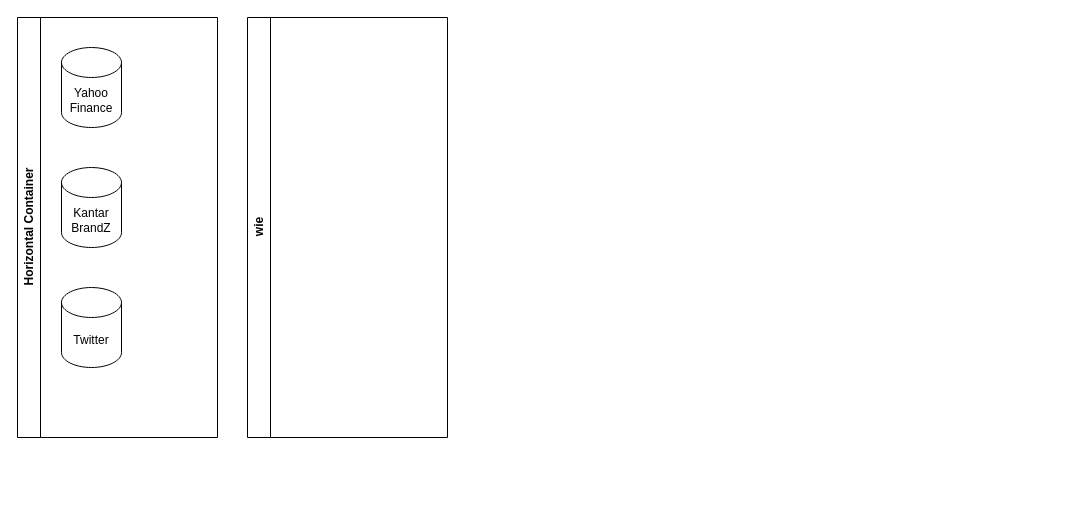
johannaschulz/EconometricAnalysis-BrandCrisisModeration-DAX30 keeps this draw.io diagram as Untitled Diagram.drawio. Above is the earlier version. Source tidied: cells renumbered, new cells numbered last; positions are measured from the earlier drawing's top-left corner, leaving out a move shared by most shapes. Both pictures are drawn from the tidied source at 100%, with x=0, y=0 at pixel (17, 17). Pictures stored in the file or linked from it are replaced by grey dashed boxes.
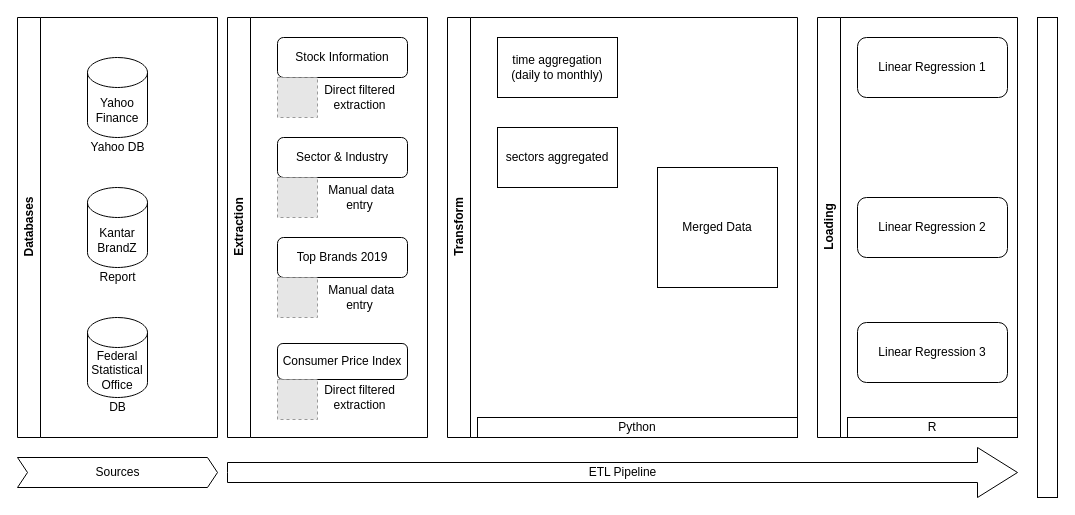
The same diagram, later.

The edit, as a diff of the source:
```diff
@@
-    <mxCell id="2" value="Horizontal Container" style="swimlane;horizontal=0;whiteSpace=wrap;html=1;" parent="1" vertex="1">
+    <mxCell id="2" value="Databases" style="swimlane;horizontal=0;whiteSpace=wrap;html=1;" parent="1" vertex="1">
       <mxGeometry width="200" height="420" as="geometry" />
     </mxCell>
     <mxCell id="3" value="Yahoo Finance" style="shape=cylinder3;whiteSpace=wrap;html=1;boundedLbl=1;backgroundOutline=1;size=15;" parent="2" vertex="1">
-      <mxGeometry x="44" y="30" width="60" height="80" as="geometry" />
+      <mxGeometry x="70" y="40" width="60" height="80" as="geometry" />
     </mxCell>
     <mxCell id="4" value="Kantar BrandZ" style="shape=cylinder3;whiteSpace=wrap;html=1;boundedLbl=1;backgroundOutline=1;size=15;" parent="2" vertex="1">
-      <mxGeometry x="44" y="150" width="60" height="80" as="geometry" />
+      <mxGeometry x="70" y="170" width="60" height="80" as="geometry" />
     </mxCell>
-    <mxCell id="5" value="Twitter" style="shape=cylinder3;whiteSpace=wrap;html=1;boundedLbl=1;backgroundOutline=1;size=15;" parent="2" vertex="1">
-      <mxGeometry x="44" y="270" width="60" height="80" as="geometry" />
-    </mxCell>
+    <mxCell id="7" value="Federal Statistical Office" style="shape=cylinder3;whiteSpace=wrap;html=1;boundedLbl=1;backgroundOutline=1;size=15;" parent="2" vertex="1">
+      <mxGeometry x="70" y="300" width="60" height="80" as="geometry" />
+    </mxCell>
+    <mxCell id="8" value="Report" style="text;html=1;strokeColor=none;fillColor=none;align=center;verticalAlign=middle;whiteSpace=wrap;rounded=0;" parent="2" vertex="1">
+      <mxGeometry x="52.5" y="250" width="95" height="20" as="geometry" />
+    </mxCell>
+    <mxCell id="9" value="Yahoo DB" style="text;html=1;strokeColor=none;fillColor=none;align=center;verticalAlign=middle;whiteSpace=wrap;rounded=0;" parent="2" vertex="1">
+      <mxGeometry x="52.5" y="120" width="95" height="20" as="geometry" />
+    </mxCell>
+    <mxCell id="10" value="DB" style="text;html=1;strokeColor=none;fillColor=none;align=center;verticalAlign=middle;whiteSpace=wrap;rounded=0;" parent="2" vertex="1">
+      <mxGeometry x="52.5" y="380" width="95" height="20" as="geometry" />
+    </mxCell>
-    <mxCell id="6" value="wie" style="swimlane;horizontal=0;whiteSpace=wrap;html=1;" parent="1" vertex="1">
-      <mxGeometry x="230" width="200" height="420" as="geometry" />
+    <mxCell id="6" value="Extraction" style="swimlane;horizontal=0;whiteSpace=wrap;html=1;" parent="1" vertex="1">
+      <mxGeometry x="210" width="200" height="420" as="geometry" />
     </mxCell>
+    <mxCell id="11" value="Stock Information" style="rounded=1;whiteSpace=wrap;html=1;" parent="6" vertex="1">
+      <mxGeometry x="50" y="20" width="130" height="40" as="geometry" />
+    </mxCell>
+    <mxCell id="12" value="Sector &amp;amp; Industry" style="rounded=1;whiteSpace=wrap;html=1;" parent="6" vertex="1">
+      <mxGeometry x="50" y="120" width="130" height="40" as="geometry" />
+    </mxCell>
+    <mxCell id="13" value="Top Brands 2019" style="rounded=1;whiteSpace=wrap;html=1;" parent="6" vertex="1">
+      <mxGeometry x="50" y="220" width="130" height="40" as="geometry" />
+    </mxCell>
+    <mxCell id="14" value="Consumer Price Index" style="rounded=1;whiteSpace=wrap;html=1;" parent="6" vertex="1">
+      <mxGeometry x="50" y="326" width="130" height="36" as="geometry" />
+    </mxCell>
+    <mxCell id="15" style="fillColor=#E6E6E6;strokeColor=#999999;dashed=1;html=1;verticalAlign=top;verticalLabelPosition=bottom;labelBackgroundColor=#ffffff;" parent="6" vertex="1">
+      <mxGeometry x="50" y="260" width="40" height="40" as="geometry" />
+    </mxCell>
+    <mxCell id="16" style="fillColor=#E6E6E6;strokeColor=#999999;dashed=1;html=1;verticalAlign=top;verticalLabelPosition=bottom;labelBackgroundColor=#ffffff;" parent="6" vertex="1">
+      <mxGeometry x="50" y="362" width="40" height="40" as="geometry" />
+    </mxCell>
+    <mxCell id="17" style="fillColor=#E6E6E6;strokeColor=#999999;dashed=1;html=1;verticalAlign=top;verticalLabelPosition=bottom;labelBackgroundColor=#ffffff;" parent="6" vertex="1">
+      <mxGeometry x="50" y="160" width="40" height="40" as="geometry" />
+    </mxCell>
+    <mxCell id="18" style="fillColor=#E6E6E6;strokeColor=#999999;dashed=1;html=1;verticalAlign=top;verticalLabelPosition=bottom;labelBackgroundColor=#ffffff;" parent="6" vertex="1">
+      <mxGeometry x="50" y="60" width="40" height="40" as="geometry" />
+    </mxCell>
+    <mxCell id="19" value="Direct filtered extraction" style="text;html=1;strokeColor=none;fillColor=none;align=center;verticalAlign=middle;whiteSpace=wrap;rounded=0;" parent="6" vertex="1">
+      <mxGeometry x="85" y="60" width="95" height="40" as="geometry" />
+    </mxCell>
+    <mxCell id="20" value="&amp;nbsp;Manual data entry" style="text;html=1;strokeColor=none;fillColor=none;align=center;verticalAlign=middle;whiteSpace=wrap;rounded=0;" parent="6" vertex="1">
+      <mxGeometry x="85" y="160" width="95" height="40" as="geometry" />
+    </mxCell>
+    <mxCell id="21" value="&amp;nbsp;Manual data entry" style="text;html=1;strokeColor=none;fillColor=none;align=center;verticalAlign=middle;whiteSpace=wrap;rounded=0;" parent="6" vertex="1">
+      <mxGeometry x="85" y="260" width="95" height="40" as="geometry" />
+    </mxCell>
+    <mxCell id="22" value="Direct filtered extraction" style="text;html=1;strokeColor=none;fillColor=none;align=center;verticalAlign=middle;whiteSpace=wrap;rounded=0;" parent="6" vertex="1">
+      <mxGeometry x="85" y="360" width="95" height="40" as="geometry" />
+    </mxCell>
+    <mxCell id="23" value="Transform" style="swimlane;horizontal=0;whiteSpace=wrap;html=1;" parent="1" vertex="1">
+      <mxGeometry x="430" width="350" height="420" as="geometry" />
+    </mxCell>
+    <mxCell id="24" value="time aggregation (daily to monthly)" style="rounded=0;whiteSpace=wrap;html=1;" parent="23" vertex="1">
+      <mxGeometry x="50" y="20" width="120" height="60" as="geometry" />
+    </mxCell>
+    <mxCell id="25" value="sectors aggregated" style="rounded=0;whiteSpace=wrap;html=1;" parent="23" vertex="1">
+      <mxGeometry x="50" y="110" width="120" height="60" as="geometry" />
+    </mxCell>
+    <mxCell id="26" value="Merged Data" style="rounded=0;whiteSpace=wrap;html=1;" parent="23" vertex="1">
+      <mxGeometry x="210" y="150" width="120" height="120" as="geometry" />
+    </mxCell>
+    <mxCell id="27" value="Python" style="rounded=0;whiteSpace=wrap;html=1;" parent="23" vertex="1">
+      <mxGeometry x="30" y="400" width="320" height="20" as="geometry" />
+    </mxCell>
+    <mxCell id="28" value="Loading" style="swimlane;horizontal=0;whiteSpace=wrap;html=1;" parent="1" vertex="1">
+      <mxGeometry x="800" width="200" height="420" as="geometry" />
+    </mxCell>
+    <mxCell id="29" value="R" style="rounded=0;whiteSpace=wrap;html=1;" parent="28" vertex="1">
+      <mxGeometry x="30" y="400" width="170" height="20" as="geometry" />
+    </mxCell>
+    <mxCell id="30" value="Linear Regression 1" style="rounded=1;whiteSpace=wrap;html=1;" parent="28" vertex="1">
+      <mxGeometry x="40" y="20" width="150" height="60" as="geometry" />
+    </mxCell>
+    <mxCell id="31" value="Linear Regression 2" style="rounded=1;whiteSpace=wrap;html=1;" parent="28" vertex="1">
+      <mxGeometry x="40" y="180" width="150" height="60" as="geometry" />
+    </mxCell>
+    <mxCell id="32" value="Linear Regression 3" style="rounded=1;whiteSpace=wrap;html=1;" parent="28" vertex="1">
+      <mxGeometry x="40" y="305" width="150" height="60" as="geometry" />
+    </mxCell>
+    <mxCell id="33" value="ETL Pipeline" style="html=1;shadow=0;dashed=0;align=center;verticalAlign=middle;shape=mxgraph.arrows2.arrow;dy=0.6;dx=40;notch=0;" parent="1" vertex="1">
+      <mxGeometry x="210" y="430" width="790" height="50" as="geometry" />
+    </mxCell>
+    <mxCell id="34" value="Sources" style="html=1;shadow=0;dashed=0;align=center;verticalAlign=middle;shape=mxgraph.arrows2.arrow;dy=0;dx=10;notch=10;" parent="1" vertex="1">
+      <mxGeometry y="440" width="200" height="30" as="geometry" />
+    </mxCell>
+    <mxCell id="35" style="rounded=0;whiteSpace=wrap;html=1;" parent="1" vertex="1">
+      <mxGeometry x="1020" width="20" height="480" as="geometry" />
+    </mxCell>
```
